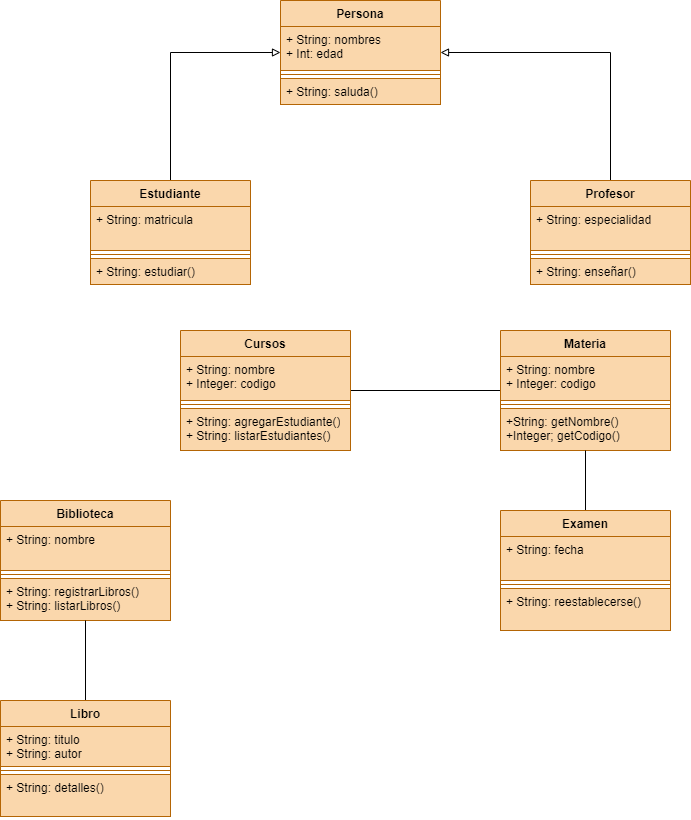
Before: imagenes/diagrama-clases.png, a diagram exported from draw.io (alejandrosalazargonzalez/gestion-academica). Source tidied: cells renumbered, new cells last; positions are measured from the earlier drawing's top-left corner, leaving out a move shared by most shapes.
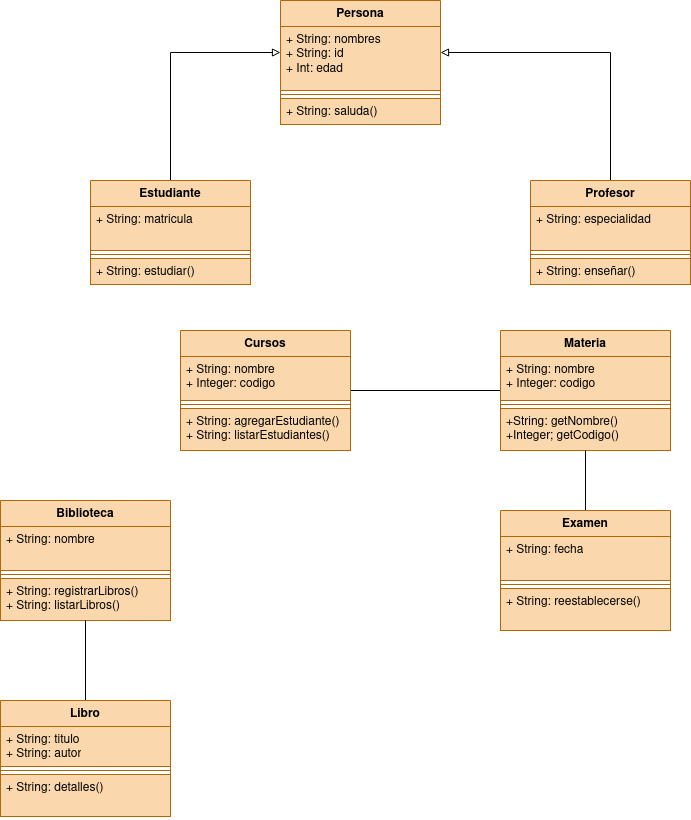
After the change.

Diff of the diagram source:
```diff
@@ -3,16 +3,16 @@
     <mxCell id="0" />
     <mxCell id="1" parent="0" />
     <mxCell id="2" value="Persona" style="swimlane;fontStyle=1;align=center;verticalAlign=top;horizontal=1;startSize=26;whiteSpace=wrap;html=1;fillColor=#fad7ac;strokeColor=#b46504;" parent="1" vertex="1">
-      <mxGeometry x="280" width="160" height="104" as="geometry" />
+      <mxGeometry x="280" width="160" height="124" as="geometry" />
     </mxCell>
-    <mxCell id="3" value="&lt;div&gt;+ String: nombres&lt;/div&gt;&lt;div&gt;+ Int: edad&lt;br&gt;&lt;/div&gt;" style="text;strokeColor=#b46504;fillColor=#fad7ac;align=left;verticalAlign=top;spacingLeft=4;spacingRight=4;overflow=hidden;whiteSpace=wrap;html=1;" parent="2" vertex="1">
-      <mxGeometry y="26" width="160" height="44" as="geometry" />
+    <mxCell id="3" value="&lt;div&gt;+ String: nombres&lt;/div&gt;&lt;div&gt;+ String: id&lt;br&gt;&lt;/div&gt;&lt;div&gt;+ Int: edad&lt;br&gt;&lt;/div&gt;" style="text;strokeColor=#b46504;fillColor=#fad7ac;align=left;verticalAlign=top;spacingLeft=4;spacingRight=4;overflow=hidden;whiteSpace=wrap;html=1;" parent="2" vertex="1">
+      <mxGeometry y="26" width="160" height="64" as="geometry" />
     </mxCell>
     <mxCell id="4" style="line;strokeWidth=1;fillColor=#fad7ac;align=left;verticalAlign=middle;spacingTop=-1;spacingLeft=3;spacingRight=3;labelPosition=right;strokeColor=#b46504;" parent="2" vertex="1">
-      <mxGeometry y="70" width="160" height="8" as="geometry" />
+      <mxGeometry y="90" width="160" height="8" as="geometry" />
     </mxCell>
     <mxCell id="5" value="+ String: saluda()" style="text;strokeColor=#b46504;fillColor=#fad7ac;align=left;verticalAlign=top;spacingLeft=4;spacingRight=4;overflow=hidden;whiteSpace=wrap;html=1;" parent="2" vertex="1">
-      <mxGeometry y="78" width="160" height="26" as="geometry" />
+      <mxGeometry y="98" width="160" height="26" as="geometry" />
     </mxCell>
     <mxCell id="6" style="edgeStyle=orthogonalEdgeStyle;rounded=0;jettySize=auto;html=1;endArrow=block;endFill=0;strokeWidth=1;" parent="1" edge="1" source="7" target="2">
       <mxGeometry relative="1" as="geometry">
```
